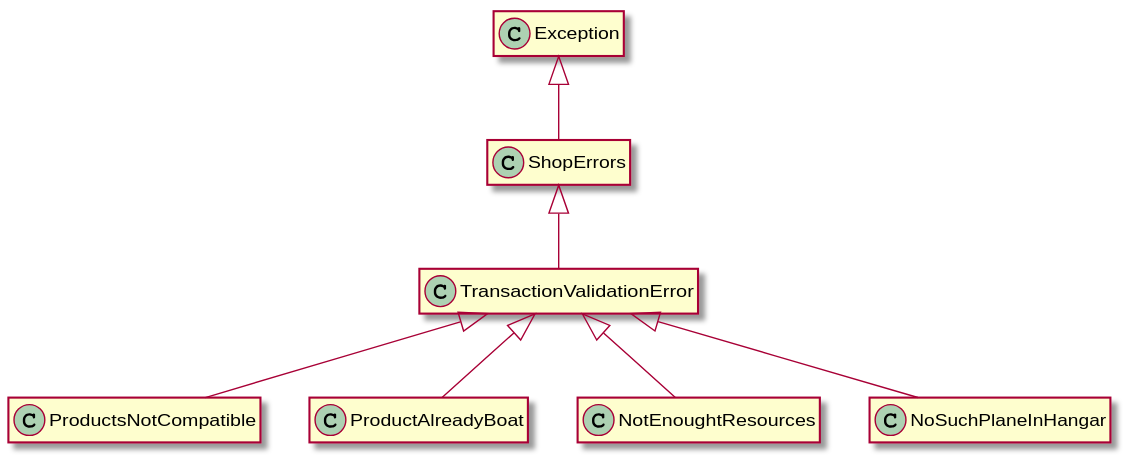
Earlier version of the PlantUML export docs/error_class_diagram.svg (ronie2/war). Its diagram source:
```plantuml
@startuml
class Exception
class ShopErrors
class TransactionValidationError
class ProductsNotCompatible
class ProductAlreadyBoat
class NotEnoughtResources
class NoSuchPlaneInHangar

Exception <|-- ShopErrors
ShopErrors <|-- TransactionValidationError
TransactionValidationError <|-- ProductsNotCompatible
TransactionValidationError <|-- ProductAlreadyBoat
TransactionValidationError <|-- NotEnoughtResources
TransactionValidationError <|-- NoSuchPlaneInHangar
hide members
@enduml
```
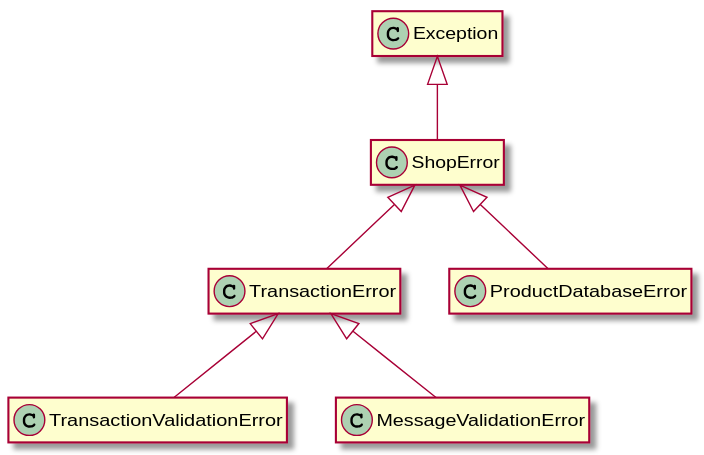
The same diagram one commit later.

What changed in the source:
```diff
@@ -1,17 +1,16 @@
 @startuml
 class Exception
-class ShopErrors
+class ShopError
+class TransactionError
 class TransactionValidationError
-class ProductsNotCompatible
-class ProductAlreadyBoat
-class NotEnoughtResources
-class NoSuchPlaneInHangar
+class MessageValidationError
+class ProductDatabaseError
 
-Exception <|-- ShopErrors
-ShopErrors <|-- TransactionValidationError
-TransactionValidationError <|-- ProductsNotCompatible
-TransactionValidationError <|-- ProductAlreadyBoat
-TransactionValidationError <|-- NotEnoughtResources
-TransactionValidationError <|-- NoSuchPlaneInHangar
+
+Exception <|-- ShopError
+ShopError <|-- TransactionError
+ShopError <|-- ProductDatabaseError
+TransactionError <|-- TransactionValidationError
+TransactionError <|-- MessageValidationError
 hide members
 @enduml
```
